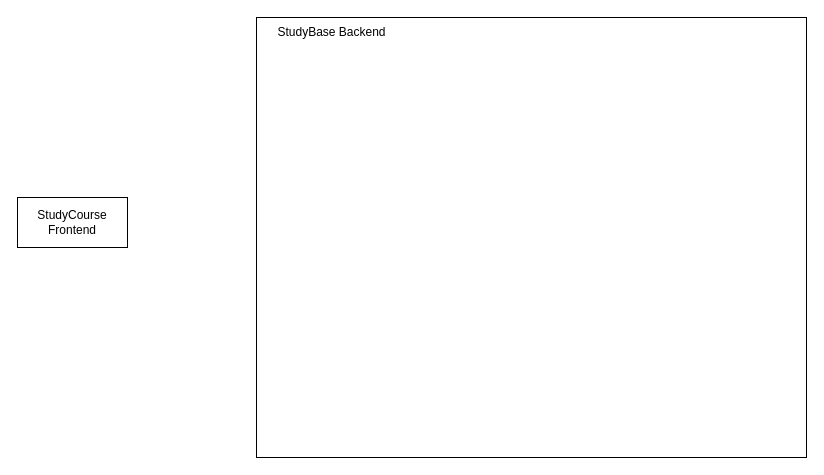
MarkTkachov/lcms_diagrams keeps this draw.io diagram as Building_Block_lcms_level_2_2.drawio. Above is the earlier version. Source tidied: cells renumbered, new cells numbered last; positions are measured from the earlier drawing's top-left corner, leaving out a move shared by most shapes. Both pictures are drawn from the tidied source at 100%, with x=0, y=0 at pixel (17, 17).
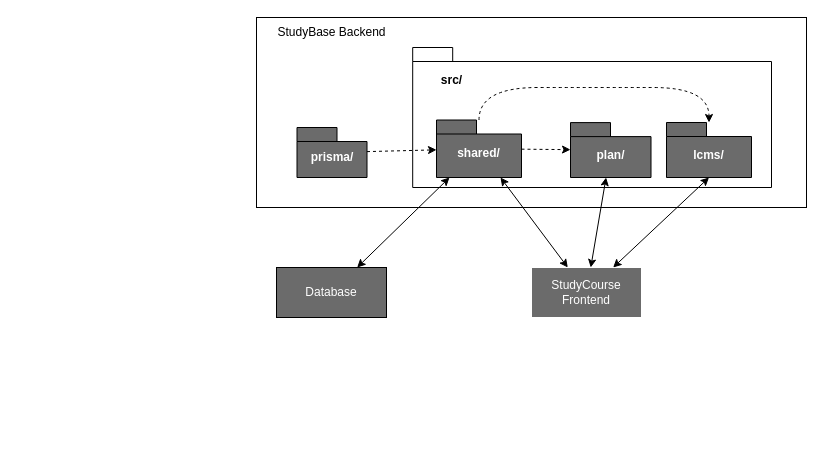
The same diagram, later.

Change to the diagram source:
```diff
@@
-    <mxCell id="2" style="group;" parent="1" vertex="1">
+    <mxCell id="2" style="group;fontColor=#FFFFFF;" parent="1" vertex="1">
       <mxGeometry x="239" width="550" height="440" as="geometry" />
     </mxCell>
     <mxCell id="3" style="rounded=0;whiteSpace=wrap;html=1;" parent="2" vertex="1">
-      <mxGeometry width="550" height="440" as="geometry" />
+      <mxGeometry width="550" height="190" as="geometry" />
     </mxCell>
@@
+    <mxCell id="6" value="prisma/" style="shape=folder;fontStyle=1;spacingTop=10;tabWidth=40;tabHeight=14;tabPosition=left;html=1;whiteSpace=wrap;fillColor=#6B6B6B;fontColor=#FFFFFF;" parent="2" vertex="1">
+      <mxGeometry x="40.5" y="110" width="70" height="50" as="geometry" />
+    </mxCell>
+    <mxCell id="7" style="group;" parent="2" vertex="1">
+      <mxGeometry x="145" y="50" width="370" height="300" as="geometry" />
+    </mxCell>
+    <mxCell id="8" style="shape=folder;fontStyle=1;spacingTop=10;tabWidth=40;tabHeight=14;tabPosition=left;html=1;whiteSpace=wrap;" parent="7" vertex="1">
+      <mxGeometry x="11.2" y="-20" width="358.8" height="140" as="geometry" />
+    </mxCell>
+    <mxCell id="9" value="src/" style="text;align=center;fontStyle=1;verticalAlign=middle;spacingLeft=3;spacingRight=3;strokeColor=none;html=1;" parent="7" vertex="1">
+      <mxGeometry width="100" height="25.5" as="geometry" />
+    </mxCell>
+    <mxCell id="10" value="lcms/" style="shape=folder;fontStyle=1;spacingTop=10;tabWidth=40;tabHeight=14;tabPosition=left;html=1;whiteSpace=wrap;fontColor=#FFFFFF;fillColor=#6B6B6B;" parent="7" vertex="1">
+      <mxGeometry x="265" y="55" width="85" height="55" as="geometry" />
+    </mxCell>
+    <mxCell id="11" value="plan/" style="shape=folder;fontStyle=1;spacingTop=10;tabWidth=40;tabHeight=14;tabPosition=left;html=1;whiteSpace=wrap;fillColor=#6B6B6B;fontColor=#FFFFFF;" parent="7" vertex="1">
+      <mxGeometry x="169" y="55.1" width="80.5" height="54.9" as="geometry" />
+    </mxCell>
+    <mxCell id="12" style="rounded=0;jettySize=auto;html=1;dashed=1;" parent="7" edge="1" source="14" target="11">
+      <mxGeometry relative="1" as="geometry" />
+    </mxCell>
+    <mxCell id="13" style="rounded=0;jettySize=auto;html=1;dashed=1;edgeStyle=orthogonalEdgeStyle;curved=1;" parent="7" edge="1" source="14" target="10">
+      <mxGeometry relative="1" as="geometry">
+        <Array as="points">
+          <mxPoint x="195" y="20" />
+          <mxPoint x="195" y="20" />
+        </Array>
+      </mxGeometry>
+    </mxCell>
+    <mxCell id="14" value="shared/" style="shape=folder;fontStyle=1;spacingTop=10;tabWidth=40;tabHeight=14;tabPosition=left;html=1;whiteSpace=wrap;fillColor=#6B6B6B;fontColor=#FFFFFF;" parent="7" vertex="1">
+      <mxGeometry x="35" y="52.5" width="85" height="57.5" as="geometry" />
+    </mxCell>
+    <mxCell id="15" style="rounded=0;jettySize=auto;html=1;startArrow=classic;startFill=1;" parent="7" edge="1" source="5" target="11">
+      <mxGeometry relative="1" as="geometry" />
+    </mxCell>
+    <mxCell id="16" style="rounded=0;jettySize=auto;html=1;startArrow=classic;startFill=1;" parent="7" edge="1" source="5" target="14">
+      <mxGeometry relative="1" as="geometry" />
+    </mxCell>
-    <mxCell id="5" value="StudyCourse Frontend" style="html=1;whiteSpace=wrap;" parent="1" vertex="1">
-      <mxGeometry y="180" width="110" height="50" as="geometry" />
+    <mxCell id="5" value="StudyCourse Frontend" style="html=1;whiteSpace=wrap;fillColor=#6B6B6B;strokeColor=#FFFFFF;fontColor=#FFFFFF;" parent="7" vertex="1">
+      <mxGeometry x="130" y="200" width="110" height="50" as="geometry" />
     </mxCell>
+    <mxCell id="17" style="rounded=0;jettySize=auto;html=1;entryX=0.5;entryY=1;entryDx=0;entryDy=0;entryPerimeter=0;startArrow=classic;startFill=1;" parent="7" edge="1" source="5" target="10">
+      <mxGeometry relative="1" as="geometry" />
+    </mxCell>
+    <mxCell id="18" value="Database" style="html=1;whiteSpace=wrap;fillColor=#6B6B6B;fontColor=#FFFFFF;" parent="2" vertex="1">
+      <mxGeometry x="20" y="250" width="110" height="50" as="geometry" />
+    </mxCell>
+    <mxCell id="19" style="rounded=0;jettySize=auto;html=1;dashed=1;" parent="2" edge="1" source="6" target="14">
+      <mxGeometry relative="1" as="geometry" />
+    </mxCell>
+    <mxCell id="20" style="rounded=0;jettySize=auto;html=1;startArrow=classic;startFill=1;" parent="2" edge="1" source="14" target="18">
+      <mxGeometry relative="1" as="geometry" />
+    </mxCell>
```
